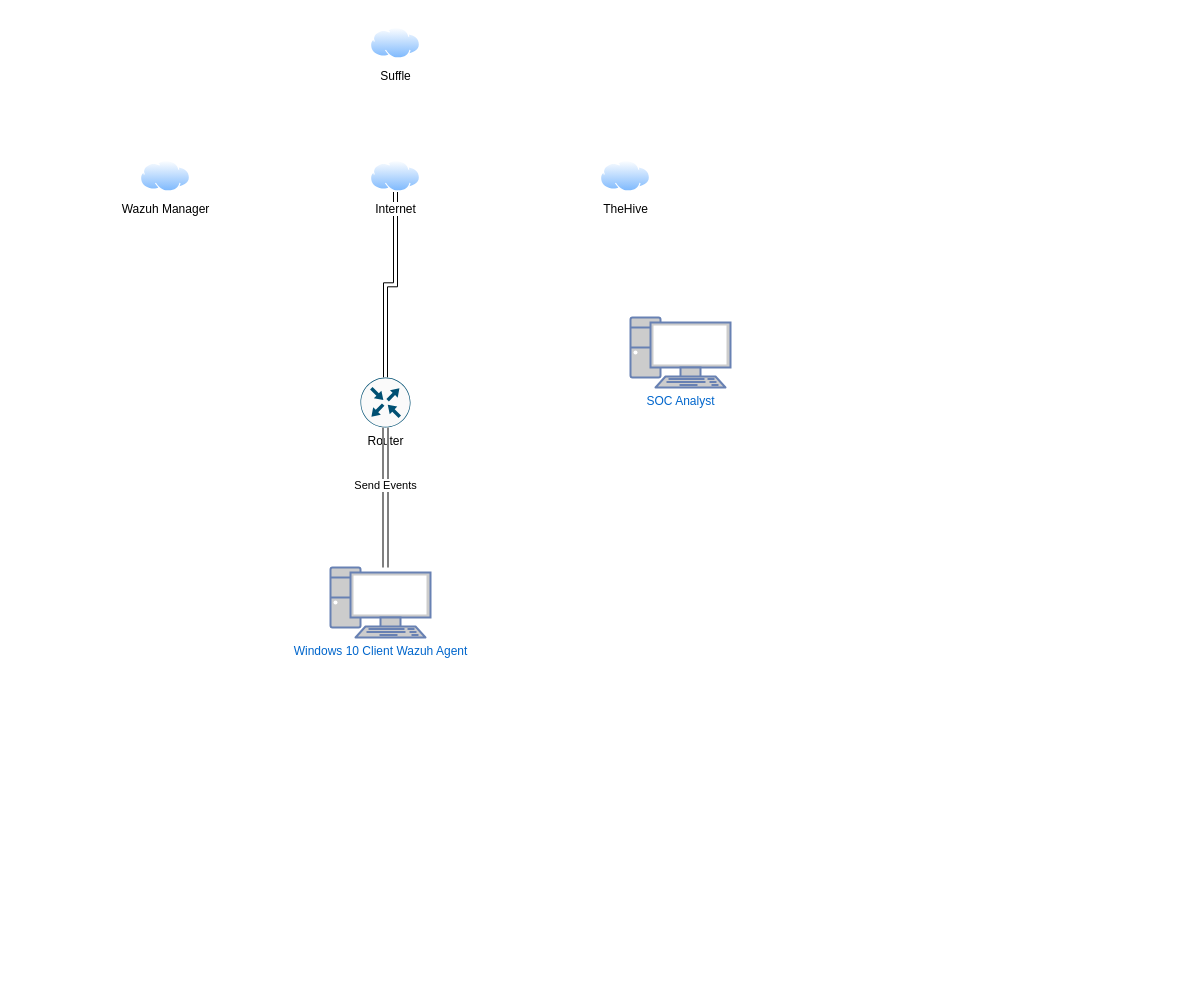
Above: SOCAutomationProject.drawio in OsmanDhaqane/SOCAutomationProject (draw.io), before the change. Source tidied: cells renumbered, new cells numbered last; positions are measured from the earlier drawing's top-left corner, leaving out a move shared by most shapes. Both pictures are drawn from the tidied source at 100%, with x=0, y=0 at pixel (140, 27).
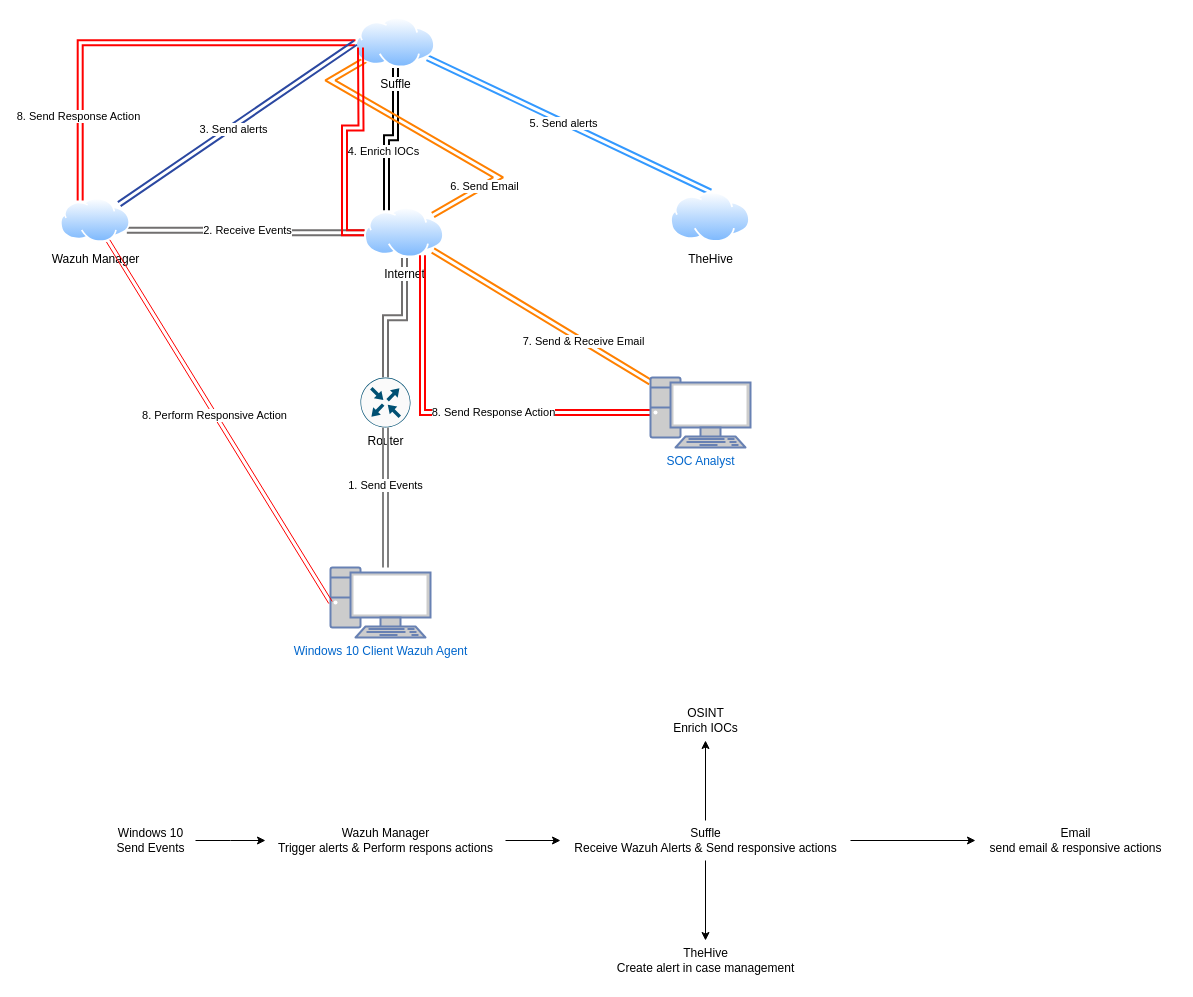
The same page after the edit.

Unchanged cells that the change refers to:
```xml
<mxCell id="2" value="Windows 10 Client Wazuh Agent&lt;br&gt;" style="fontColor=#0066CC;verticalAlign=top;verticalLabelPosition=bottom;labelPosition=center;align=center;html=1;outlineConnect=0;fillColor=#CCCCCC;strokeColor=#6881B3;gradientColor=none;gradientDirection=north;strokeWidth=2;shape=mxgraph.networks.pc;" parent="1" vertex="1">
  <mxGeometry x="190" y="540" width="100" height="70" as="geometry" />
</mxCell>
<mxCell id="4" value="Router" style="sketch=0;points=[[0.5,0,0],[1,0.5,0],[0.5,1,0],[0,0.5,0],[0.145,0.145,0],[0.8555,0.145,0],[0.855,0.8555,0],[0.145,0.855,0]];verticalLabelPosition=bottom;html=1;verticalAlign=top;align=center;shape=mxgraph.cisco19.rect;prIcon=router;fillColor=#FAFAFA;strokeColor=#005073;" parent="1" vertex="1">
  <mxGeometry x="220" y="350" width="50" height="50" as="geometry" />
</mxCell>
<mxCell id="10" style="edgeStyle=orthogonalEdgeStyle;rounded=0;jettySize=auto;html=1;entryX=0.5;entryY=1;entryDx=0;entryDy=0;entryPerimeter=0;shape=link;strokeColor=#808080;strokeWidth=2;" parent="1" edge="1" source="2" target="4">
  <mxGeometry relative="1" as="geometry">
    <Array as="points">
      <mxPoint x="245" y="510" />
      <mxPoint x="245" y="510" />
    </Array>
  </mxGeometry>
</mxCell>
```

Diff of the diagram source:
```diff
@@
-    <mxCell id="3" style="edgeStyle=orthogonalEdgeStyle;rounded=0;jettySize=auto;html=1;shape=link;" parent="1" edge="1" source="4" target="6">
+    <mxCell id="3" style="edgeStyle=orthogonalEdgeStyle;rounded=0;jettySize=auto;html=1;shape=link;strokeColor=#716f6f;strokeWidth=2;" parent="1" edge="1" source="4" target="6">
       <mxGeometry relative="1" as="geometry" />
     </mxCell>
@@
+    <mxCell id="12" style="edgeStyle=orthogonalEdgeStyle;rounded=0;jettySize=auto;html=1;entryX=0.25;entryY=0;entryDx=0;entryDy=0;shape=link;strokeWidth=2;" parent="1" edge="1" source="5" target="6">
+      <mxGeometry relative="1" as="geometry" />
+    </mxCell>
+    <mxCell id="13" value="4. Enrich IOCs" style="edgeLabel;html=1;align=center;verticalAlign=middle;" parent="12" vertex="1">
+      <mxGeometry x="0.21" y="-3" relative="1" as="geometry" />
+    </mxCell>
+    <mxCell id="14" style="rounded=0;jettySize=auto;html=1;entryX=0.5;entryY=0;entryDx=0;entryDy=0;shape=link;strokeWidth=2;strokeColor=#3399FF;" parent="1" edge="1" source="5" target="7">
+      <mxGeometry relative="1" as="geometry" />
+    </mxCell>
+    <mxCell id="15" value="5. Send alerts" style="edgeLabel;html=1;align=center;verticalAlign=middle;" parent="14" vertex="1">
+      <mxGeometry x="-0.04" y="-1" relative="1" as="geometry" />
+    </mxCell>
+    <mxCell id="16" style="edgeStyle=isometricEdgeStyle;rounded=0;jettySize=auto;html=1;entryX=1;entryY=0;entryDx=0;entryDy=0;shape=link;strokeColor=#FF8000;strokeWidth=2;" parent="1" edge="1" source="5" target="6">
+      <mxGeometry relative="1" as="geometry" />
+    </mxCell>
+    <mxCell id="17" value="6. Send Email" style="edgeLabel;html=1;align=center;verticalAlign=middle;" parent="16" vertex="1">
+      <mxGeometry x="0.62" y="1" relative="1" as="geometry">
+        <mxPoint x="-1" as="offset" />
+      </mxGeometry>
+    </mxCell>
+    <mxCell id="18" style="edgeStyle=orthogonalEdgeStyle;rounded=0;jettySize=auto;html=1;entryX=0.25;entryY=0;entryDx=0;entryDy=0;shape=link;strokeWidth=2;strokeColor=#FF0000;" parent="1" edge="1" source="5" target="8">
+      <mxGeometry relative="1" as="geometry" />
+    </mxCell>
+    <mxCell id="19" value="8. Send Response Action" style="edgeLabel;html=1;align=center;verticalAlign=middle;" parent="18" vertex="1">
+      <mxGeometry x="0.61" y="-2" relative="1" as="geometry" />
+    </mxCell>
     <mxCell id="5" value="Suffle" style="image;perimeter=ellipsePerimeter;html=1;align=center;shadow=0;dashed=0;spacingTop=3;image=img/lib/active_directory/internet_cloud.svg;" parent="1" vertex="1">
-      <mxGeometry x="230" width="50" height="31.5" as="geometry" />
+      <mxGeometry x="215" y="-10" width="80" height="50.4" as="geometry" />
     </mxCell>
+    <mxCell id="20" value="2. Receive Events" style="edgeStyle=orthogonalEdgeStyle;rounded=0;jettySize=auto;html=1;entryX=1;entryY=0.75;entryDx=0;entryDy=0;shape=link;strokeColor=#716f6f;strokeWidth=2;" parent="1" edge="1" source="6" target="8">
+      <mxGeometry relative="1" as="geometry" />
+    </mxCell>
+    <mxCell id="21" style="edgeStyle=orthogonalEdgeStyle;rounded=0;jettySize=auto;html=1;shape=link;strokeWidth=2;strokeColor=#FF0000;" parent="1" edge="1" source="6">
+      <mxGeometry relative="1" as="geometry">
+        <mxPoint x="220" y="20" as="targetPoint" />
+      </mxGeometry>
+    </mxCell>
     <mxCell id="6" value="Internet" style="image;perimeter=ellipsePerimeter;html=1;align=center;shadow=0;dashed=0;spacingTop=3;image=img/lib/active_directory/internet_cloud.svg;" parent="1" vertex="1">
-      <mxGeometry x="230" y="133" width="50" height="31.5" as="geometry" />
+      <mxGeometry x="224" y="180" width="80" height="50.4" as="geometry" />
     </mxCell>
     <mxCell id="7" value="TheHive&lt;br&gt;" style="image;perimeter=ellipsePerimeter;html=1;align=center;shadow=0;dashed=0;spacingTop=3;image=img/lib/active_directory/internet_cloud.svg;" parent="1" vertex="1">
-      <mxGeometry x="460" y="133" width="50" height="31.5" as="geometry" />
+      <mxGeometry x="530" y="164.5" width="80" height="50.4" as="geometry" />
     </mxCell>
+    <mxCell id="22" style="rounded=0;jettySize=auto;html=1;entryX=0;entryY=0.5;entryDx=0;entryDy=0;shape=link;strokeWidth=2;strokeColor=#2b48a1;" parent="1" edge="1" source="8" target="5">
+      <mxGeometry relative="1" as="geometry" />
+    </mxCell>
+    <mxCell id="23" value="3. Send alerts" style="edgeLabel;html=1;align=center;verticalAlign=middle;" parent="22" vertex="1">
+      <mxGeometry x="-0.05" y="-2" relative="1" as="geometry" />
+    </mxCell>
     <mxCell id="8" value="Wazuh Manager" style="image;perimeter=ellipsePerimeter;html=1;align=center;shadow=0;dashed=0;spacingTop=3;image=img/lib/active_directory/internet_cloud.svg;" parent="1" vertex="1">
-      <mxGeometry y="133" width="50" height="31.5" as="geometry" />
+      <mxGeometry x="-80" y="170.8" width="70" height="44.1" as="geometry" />
     </mxCell>
+    <mxCell id="24" style="rounded=0;jettySize=auto;html=1;entryX=1;entryY=1;entryDx=0;entryDy=0;shape=link;strokeColor=#FF8000;strokeWidth=2;" parent="1" edge="1" source="9" target="6">
+      <mxGeometry relative="1" as="geometry" />
+    </mxCell>
+    <mxCell id="25" value="7. Send &amp;amp; Receive Email" style="edgeLabel;html=1;align=center;verticalAlign=middle;" parent="24" vertex="1">
+      <mxGeometry x="-0.38" relative="1" as="geometry" />
+    </mxCell>
+    <mxCell id="26" style="edgeStyle=orthogonalEdgeStyle;rounded=0;jettySize=auto;html=1;entryX=0.75;entryY=1;entryDx=0;entryDy=0;shape=link;strokeWidth=2;strokeColor=#FF0000;" parent="1" edge="1" source="9" target="6">
+      <mxGeometry relative="1" as="geometry" />
+    </mxCell>
+    <mxCell id="27" value="8. Send Response Action" style="edgeLabel;html=1;align=center;verticalAlign=middle;" parent="26" vertex="1">
+      <mxGeometry x="-0.18" y="-1" relative="1" as="geometry" />
+    </mxCell>
     <mxCell id="9" value="SOC Analyst" style="fontColor=#0066CC;verticalAlign=top;verticalLabelPosition=bottom;labelPosition=center;align=center;html=1;outlineConnect=0;fillColor=#CCCCCC;strokeColor=#6881B3;gradientColor=none;gradientDirection=north;strokeWidth=2;shape=mxgraph.networks.pc;" parent="1" vertex="1">
-      <mxGeometry x="490" y="290" width="100" height="70" as="geometry" />
+      <mxGeometry x="510" y="350" width="100" height="70" as="geometry" />
     </mxCell>
@@
-    <mxCell id="11" value="Send Events" style="edgeLabel;html=1;align=center;verticalAlign=middle;" parent="10" vertex="1">
+    <mxCell id="11" value="1. Send Events" style="edgeLabel;html=1;align=center;verticalAlign=middle;" parent="10" vertex="1">
       <mxGeometry x="0.19" y="1" relative="1" as="geometry" />
     </mxCell>
+    <mxCell id="28" style="rounded=0;jettySize=auto;html=1;entryX=0;entryY=0.5;entryDx=0;entryDy=0;entryPerimeter=0;shape=link;strokeColor=#FF0000;" parent="1" edge="1" source="8" target="2">
+      <mxGeometry relative="1" as="geometry" />
+    </mxCell>
+    <mxCell id="29" value="8. Perform Responsive Action" style="edgeLabel;html=1;align=center;verticalAlign=middle;" parent="28" vertex="1">
+      <mxGeometry x="-0.04" y="-1" relative="1" as="geometry" />
+    </mxCell>
+    <mxCell id="30" style="edgeStyle=orthogonalEdgeStyle;rounded=0;jettySize=auto;html=1;" parent="1" edge="1" source="31">
+      <mxGeometry relative="1" as="geometry">
+        <mxPoint x="125" y="813" as="targetPoint" />
+      </mxGeometry>
+    </mxCell>
+    <mxCell id="31" value="Windows 10&lt;br&gt;Send Events" style="text;html=1;align=center;verticalAlign=middle;points=[];strokeColor=none;fillColor=none;" parent="1" vertex="1">
+      <mxGeometry x="-35" y="793" width="90" height="40" as="geometry" />
+    </mxCell>
+    <mxCell id="32" style="edgeStyle=orthogonalEdgeStyle;rounded=0;jettySize=auto;html=1;" parent="1" edge="1" source="33" target="37">
+      <mxGeometry relative="1" as="geometry" />
+    </mxCell>
+    <mxCell id="33" value="Wazuh Manager&lt;br&gt;Trigger alerts &amp;amp; Perform respons actions" style="text;html=1;align=center;verticalAlign=middle;points=[];strokeColor=none;fillColor=none;" parent="1" vertex="1">
+      <mxGeometry x="125" y="793" width="240" height="40" as="geometry" />
+    </mxCell>
+    <mxCell id="34" style="edgeStyle=orthogonalEdgeStyle;rounded=0;jettySize=auto;html=1;" parent="1" edge="1" source="37" target="38">
+      <mxGeometry relative="1" as="geometry" />
+    </mxCell>
+    <mxCell id="35" style="edgeStyle=orthogonalEdgeStyle;rounded=0;jettySize=auto;html=1;" parent="1" edge="1" source="37" target="39">
+      <mxGeometry relative="1" as="geometry" />
+    </mxCell>
+    <mxCell id="36" style="edgeStyle=orthogonalEdgeStyle;rounded=0;jettySize=auto;html=1;" parent="1" edge="1" source="37" target="40">
+      <mxGeometry relative="1" as="geometry" />
+    </mxCell>
+    <mxCell id="37" value="Suffle&lt;br&gt;Receive Wazuh Alerts &amp;amp; Send responsive actions" style="text;html=1;align=center;verticalAlign=middle;points=[];strokeColor=none;fillColor=none;" parent="1" vertex="1">
+      <mxGeometry x="420" y="793" width="290" height="40" as="geometry" />
+    </mxCell>
+    <mxCell id="38" value="TheHive&lt;br&gt;Create alert in case management" style="text;html=1;align=center;verticalAlign=middle;points=[];strokeColor=none;fillColor=none;" parent="1" vertex="1">
+      <mxGeometry x="465" y="913" width="200" height="40" as="geometry" />
+    </mxCell>
+    <mxCell id="39" value="OSINT&lt;br&gt;Enrich IOCs" style="text;html=1;align=center;verticalAlign=middle;points=[];strokeColor=none;fillColor=none;" parent="1" vertex="1">
+      <mxGeometry x="520" y="673" width="90" height="40" as="geometry" />
+    </mxCell>
+    <mxCell id="40" value="Email&lt;br&gt;send email &amp;amp; responsive actions" style="text;html=1;align=center;verticalAlign=middle;points=[];strokeColor=none;fillColor=none;" parent="1" vertex="1">
+      <mxGeometry x="835" y="793" width="200" height="40" as="geometry" />
+    </mxCell>
```
